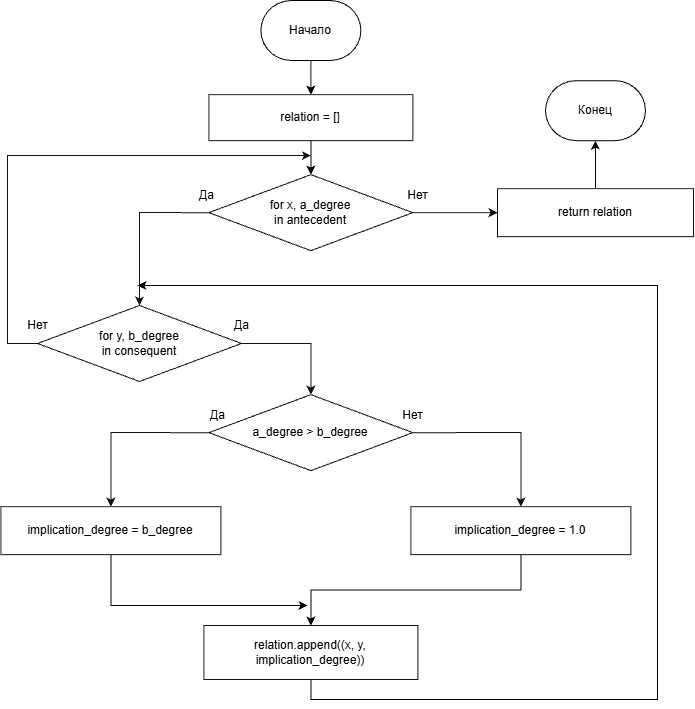
Earlier version of the draw.io export figures/build_godel_relation.png (Qudef1/lois). Source tidied: cells renumbered, new cells last; positions are measured from the earlier drawing's top-left corner, leaving out a move shared by most shapes.
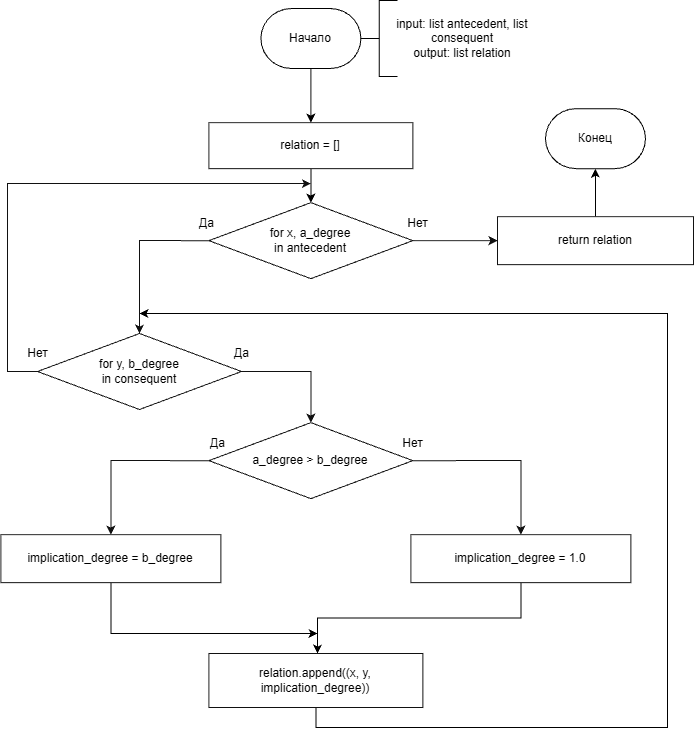
Later version of the same file.

Diff of the diagram source:
```diff
@@ -18,8 +18,8 @@
       <mxGeometry x="208.4" y="394.1" width="204" height="76" as="geometry" />
     </mxCell>
     <mxCell id="7" style="edgeStyle=orthogonalEdgeStyle;rounded=0;jettySize=auto;html=1;exitX=0.5;exitY=1;exitDx=0;exitDy=0;" parent="1" edge="1" source="8">
-      <mxGeometry x="-0.28" relative="1" as="geometry">
-        <mxPoint x="307" y="605" as="targetPoint" />
+      <mxGeometry x="-0.31" relative="1" as="geometry">
+        <mxPoint x="317" y="605" as="targetPoint" />
         <Array as="points">
           <mxPoint x="110.4" y="605" />
         </Array>
@@ -29,23 +29,28 @@
       <mxGeometry x="0.4" y="506.1" width="220" height="48" as="geometry" />
     </mxCell>
     <mxCell id="9" style="edgeStyle=orthogonalEdgeStyle;rounded=0;jettySize=auto;html=1;exitX=0.5;exitY=1;exitDx=0;exitDy=0;" parent="1" edge="1" source="10" target="12">
-      <mxGeometry relative="1" as="geometry" />
+      <mxGeometry x="0.01" relative="1" as="geometry">
+        <Array as="points">
+          <mxPoint x="520.4" y="589.6" />
+          <mxPoint x="317" y="589.6" />
+        </Array>
+      </mxGeometry>
     </mxCell>
     <mxCell id="10" value="implication_degree = 1.0" style="rounded=0;whiteSpace=wrap;html=1;fillColor=#ffffff;strokeColor=#111111;fontSize=12;align=center;verticalAlign=middle;spacing=5;" parent="1" vertex="1">
       <mxGeometry x="410.4" y="506.1" width="220" height="48" as="geometry" />
     </mxCell>
-    <mxCell id="11" style="edgeStyle=orthogonalEdgeStyle;rounded=0;jettySize=auto;html=1;exitX=0.5;exitY=1;exitDx=0;exitDy=0;" parent="1" edge="1" source="12">
-      <mxGeometry x="0.02" relative="1" as="geometry">
-        <mxPoint x="137" y="285" as="targetPoint" />
-        <Array as="points">
-          <mxPoint x="310.4" y="699" />
-          <mxPoint x="657" y="699" />
-          <mxPoint x="657" y="285" />
-        </Array>
-      </mxGeometry>
-    </mxCell>
+    <mxCell id="24" style="edgeStyle=orthogonalEdgeStyle;rounded=0;jettySize=auto;html=1;exitX=0.5;exitY=1;exitDx=0;exitDy=0;defaultLabelBackgroundColor=page;labelPadding=0 4;" parent="1" edge="1" source="12">
+      <mxGeometry relative="1" as="geometry">
+        <mxPoint x="139" y="285" as="targetPoint" />
+        <Array as="points">
+          <mxPoint x="315.4" y="699" />
+          <mxPoint x="667" y="699" />
+          <mxPoint x="667" y="285" />
+        </Array>
+      </mxGeometry>
+    </mxCell>
     <mxCell id="12" value="relation.append((x, y,&lt;br&gt;implication_degree))" style="rounded=0;whiteSpace=wrap;html=1;fillColor=#ffffff;strokeColor=#111111;fontSize=12;align=center;verticalAlign=middle;spacing=5;" parent="1" vertex="1">
-      <mxGeometry x="203.4" y="625" width="214" height="54" as="geometry" />
+      <mxGeometry x="208.4" y="625" width="214" height="54" as="geometry" />
     </mxCell>
     <mxCell id="13" style="edgeStyle=orthogonalEdgeStyle;rounded=0;jettySize=auto;html=1;" parent="1" edge="1" source="14">
       <mxGeometry relative="1" as="geometry">
@@ -91,7 +96,7 @@
       <mxGeometry relative="1" as="geometry" />
     </mxCell>
     <mxCell id="21" value="Начало" style="strokeWidth=1;html=1;shape=mxgraph.flowchart.terminator;whiteSpace=wrap;" parent="1" vertex="1">
-      <mxGeometry x="260.4" width="100" height="60" as="geometry" />
+      <mxGeometry x="260.4" y="-20" width="100" height="60" as="geometry" />
     </mxCell>
     <mxCell id="22" value="Нет" style="edgeStyle=segmentEdgeStyle;rounded=0;jettySize=auto;html=1;strokeWidth=1;strokeColor=#111111;endArrow=classic;endFill=1;fontSize=12;labelBackgroundColor=#ffffff;exitX=1;exitY=0.5;exitDx=0;exitDy=0;entryX=0;entryY=0.5;entryDx=0;entryDy=0;" parent="1" edge="1" source="4" target="14">
       <mxGeometry x="-0.89" y="17" relative="1" as="geometry" />
@@ -99,5 +104,11 @@
     <mxCell id="23" value="Конец" style="strokeWidth=1;html=1;shape=mxgraph.flowchart.terminator;whiteSpace=wrap;" parent="1" vertex="1">
       <mxGeometry x="545" y="80.1" width="100" height="60" as="geometry" />
     </mxCell>
+    <mxCell id="25" style="strokeWidth=1;html=1;shape=mxgraph.flowchart.annotation_2;align=left;labelPosition=right;labelPerimeter=1;" parent="1" vertex="1">
+      <mxGeometry x="360.4" y="-28" width="36.6" height="76" as="geometry" />
+    </mxCell>
+    <mxCell id="26" value="&lt;div&gt;input: list antecedent, list consequent&lt;/div&gt;&lt;div&gt;output: list relation&lt;/div&gt;" style="text;html=1;whiteSpace=wrap;strokeColor=none;fillColor=none;align=center;verticalAlign=middle;rounded=0;" parent="1" vertex="1">
+      <mxGeometry x="387" y="-20" width="150" height="60" as="geometry" />
+    </mxCell>
   </root>
 </mxGraphModel>
```
